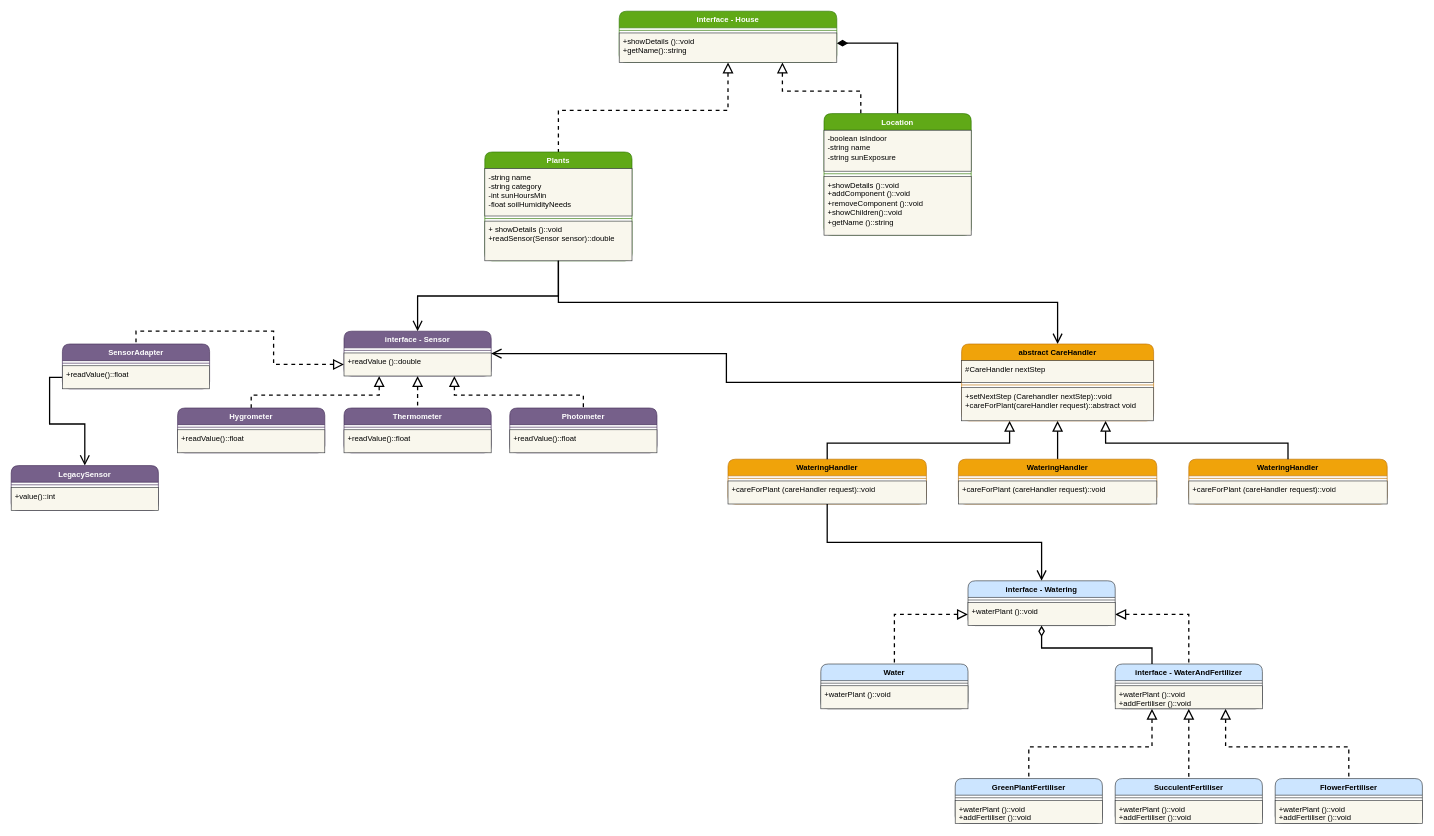
Before: smart_plant_app.drawio in Federico-Alessi/smartplantapp, a draw.io diagram. Source tidied: cells renumbered, new cells numbered last; positions are measured from the earlier drawing's top-left corner, leaving out a move shared by most shapes. Both pictures are drawn from the tidied source at 64%, with x=0, y=0 at pixel (11, 11).
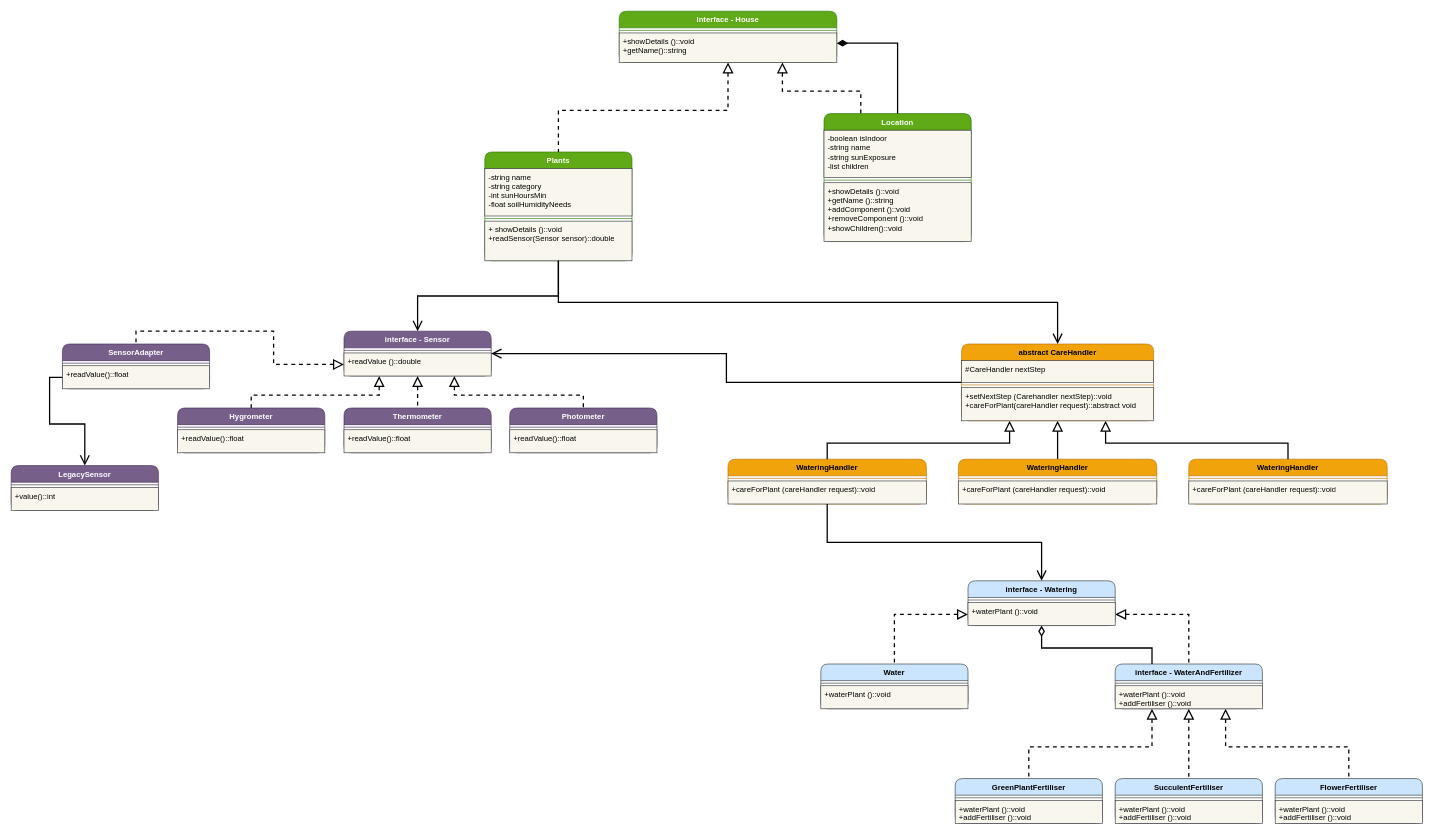
Above is the later version.

Commit message (it also covers changes not shown here):
created plant class, updated UML

What changed in the source:
```diff
@@
     <mxCell id="17" value="Location" style="swimlane;fontStyle=1;align=center;verticalAlign=top;horizontal=1;startSize=26;whiteSpace=wrap;html=1;fillColor=#60a917;fontColor=#ffffff;strokeColor=#2D7600;rounded=1;" parent="1" vertex="1">
-      <mxGeometry x="1270" y="160" width="230" height="190" as="geometry" />
+      <mxGeometry x="1270" y="160" width="230" height="200" as="geometry" />
     </mxCell>
-    <mxCell id="18" value="&lt;div&gt;-boolean isIndoor&lt;/div&gt;&lt;div&gt;-string name&lt;/div&gt;&lt;div&gt;-string sunExposure&lt;/div&gt;" style="text;align=left;verticalAlign=top;spacingLeft=4;spacingRight=4;overflow=hidden;whiteSpace=wrap;html=1;fillColor=#f9f7ed;strokeColor=#36393d;" parent="17" vertex="1">
-      <mxGeometry y="26" width="230" height="64" as="geometry" />
+    <mxCell id="18" value="&lt;div&gt;-boolean isIndoor&lt;/div&gt;&lt;div&gt;-string name&lt;/div&gt;&lt;div&gt;-string sunExposure&lt;/div&gt;&lt;div&gt;-list children&lt;/div&gt;" style="text;align=left;verticalAlign=top;spacingLeft=4;spacingRight=4;overflow=hidden;whiteSpace=wrap;html=1;fillColor=#f9f7ed;strokeColor=#36393d;" parent="17" vertex="1">
+      <mxGeometry y="26" width="230" height="74" as="geometry" />
     </mxCell>
     <mxCell id="19" style="line;strokeWidth=1;fillColor=none;align=left;verticalAlign=middle;spacingTop=-1;spacingLeft=3;spacingRight=3;labelPosition=right;strokeColor=inherit;" parent="17" vertex="1">
-      <mxGeometry y="90" width="230" height="8" as="geometry" />
+      <mxGeometry y="100" width="230" height="8" as="geometry" />
     </mxCell>
-    <mxCell id="20" value="&lt;div&gt;+showDetails ()::void&lt;/div&gt;&lt;div&gt;+addComponent ()::void&lt;/div&gt;&lt;div&gt;+removeComponent ()::void&lt;/div&gt;&lt;div&gt;+showChildren()::void&lt;/div&gt;&lt;div&gt;+getName ()::string&lt;/div&gt;" style="text;align=left;verticalAlign=top;spacingLeft=4;spacingRight=4;overflow=hidden;whiteSpace=wrap;html=1;fillColor=#f9f7ed;strokeColor=#36393d;rounded=0;" parent="17" vertex="1">
-      <mxGeometry y="98" width="230" height="92" as="geometry" />
+    <mxCell id="20" value="&lt;div&gt;+showDetails ()::void&lt;/div&gt;&lt;div&gt;+getName ()::string&lt;/div&gt;&lt;div&gt;+addComponent ()::void&lt;/div&gt;&lt;div&gt;+removeComponent ()::void&lt;/div&gt;&lt;div&gt;+showChildren()::void&lt;/div&gt;" style="text;align=left;verticalAlign=top;spacingLeft=4;spacingRight=4;overflow=hidden;whiteSpace=wrap;html=1;fillColor=#f9f7ed;strokeColor=#36393d;rounded=0;" parent="17" vertex="1">
+      <mxGeometry y="108" width="230" height="92" as="geometry" />
     </mxCell>
```
